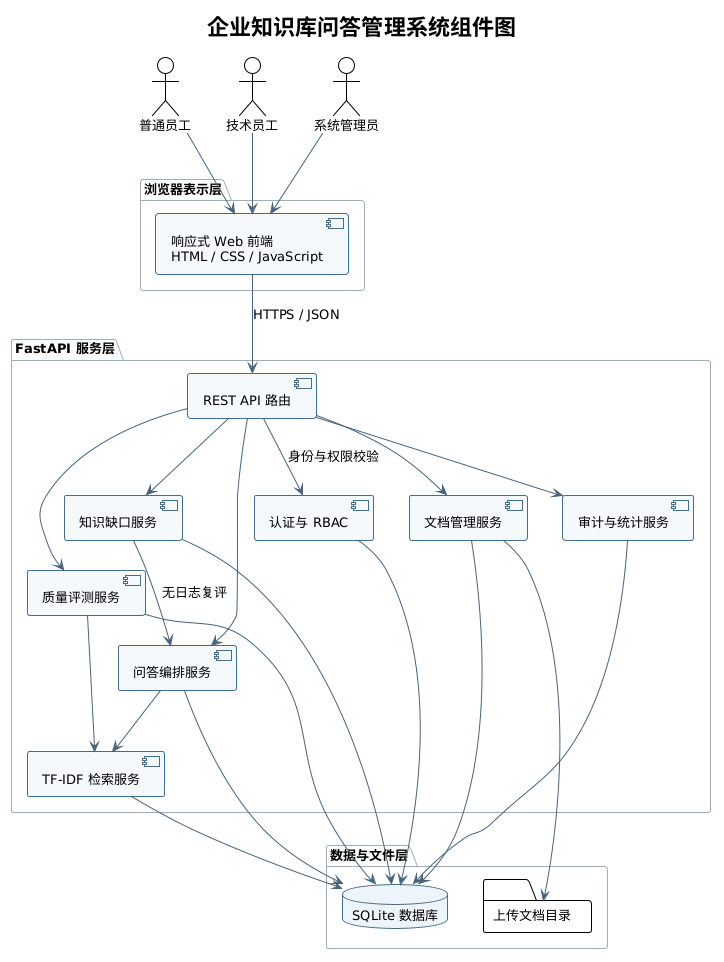
This is docs/diagrams/system-components.png from 54sbkyc/enterprise-rag-ai-agent-platform, a PlantUML export, as it was before one commit. Its diagram source:
```plantuml
@startuml
!theme plain
title 企业知识库问答管理系统组件图
top to bottom direction

skinparam backgroundColor white
skinparam defaultFontName "Microsoft YaHei"
skinparam defaultFontSize 13
skinparam shadowing false
skinparam ArrowColor #47627A
skinparam ComponentBorderColor #476D88
skinparam ComponentBackgroundColor #F5F9FC
skinparam DatabaseBorderColor #476D88
skinparam DatabaseBackgroundColor #EEF5FA
skinparam PackageBorderColor #9AAEBC

actor "普通员工" as Employee
actor "技术员工" as Technician
actor "系统管理员" as Admin

package "浏览器表示层" {
  component "响应式 Web 前端\nHTML / CSS / JavaScript" as Web
}

package "FastAPI 服务层" {
  component "REST API 路由" as API
  component "认证与 RBAC" as Auth
  component "文档管理服务" as Document
  component "问答编排服务" as QA
  component "TF-IDF 检索服务" as Retrieval
  component "质量评测服务" as Evaluation
  component "知识缺口服务" as Gap
  component "审计与统计服务" as Audit
}

package "数据与文件层" {
  database "SQLite 数据库" as SQLite
  folder "上传文档目录" as Uploads
}

Technician --> Web
Admin --> Web
Employee --> Web
Web --> API : HTTPS / JSON
API --> Auth : 身份与权限校验
API --> Document
API --> QA
API --> Evaluation
API --> Gap
API --> Audit

QA --> Retrieval
Evaluation --> Retrieval
Gap --> QA : 无日志复评

Auth --> SQLite
Document --> SQLite
Document --> Uploads
Retrieval --> SQLite
QA --> SQLite
Evaluation --> SQLite
Gap --> SQLite
Audit --> SQLite
@enduml
```
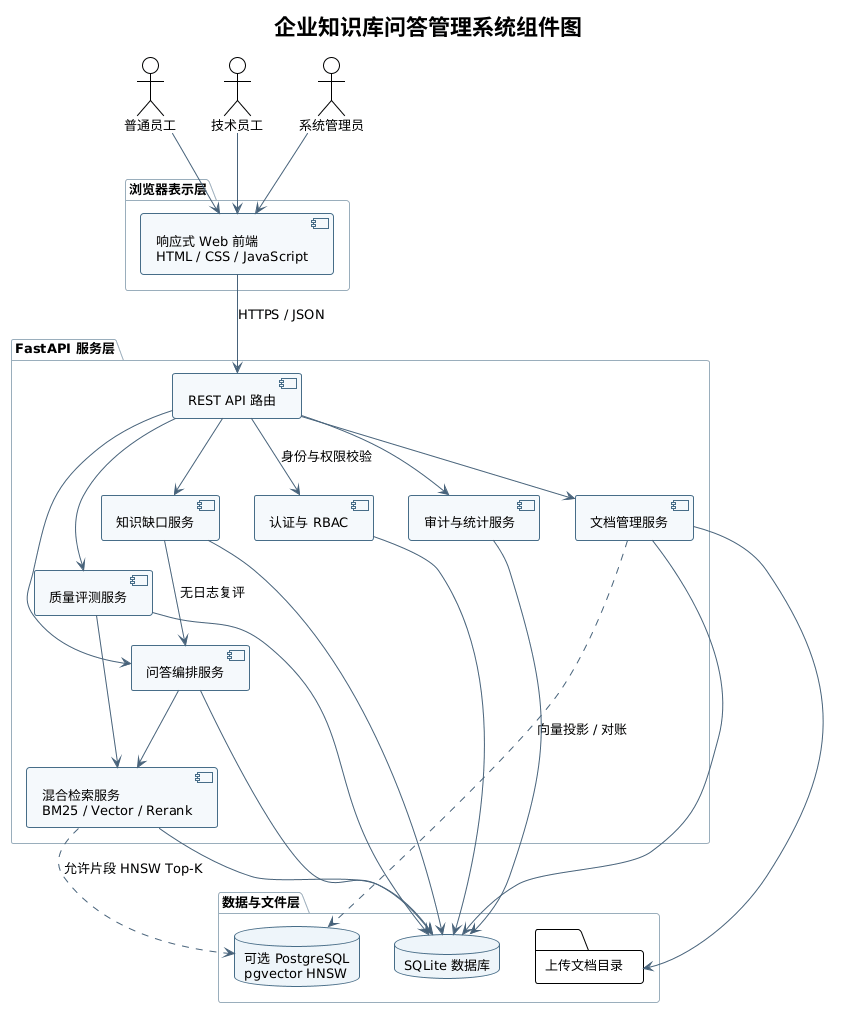
The same diagram one commit later.

The edit, as a diff of the source:
```diff
@@ -27,7 +27,7 @@
   component "认证与 RBAC" as Auth
   component "文档管理服务" as Document
   component "问答编排服务" as QA
-  component "TF-IDF 检索服务" as Retrieval
+  component "混合检索服务\nBM25 / Vector / Rerank" as Retrieval
   component "质量评测服务" as Evaluation
   component "知识缺口服务" as Gap
   component "审计与统计服务" as Audit
@@ -35,6 +35,7 @@
 
 package "数据与文件层" {
   database "SQLite 数据库" as SQLite
+  database "可选 PostgreSQL\npgvector HNSW" as Pgvector
   folder "上传文档目录" as Uploads
 }
 
@@ -55,8 +56,10 @@
 
 Auth --> SQLite
 Document --> SQLite
+Document ..> Pgvector : 向量投影 / 对账
 Document --> Uploads
 Retrieval --> SQLite
+Retrieval ..> Pgvector : 允许片段 HNSW Top-K
 QA --> SQLite
 Evaluation --> SQLite
 Gap --> SQLite
```
